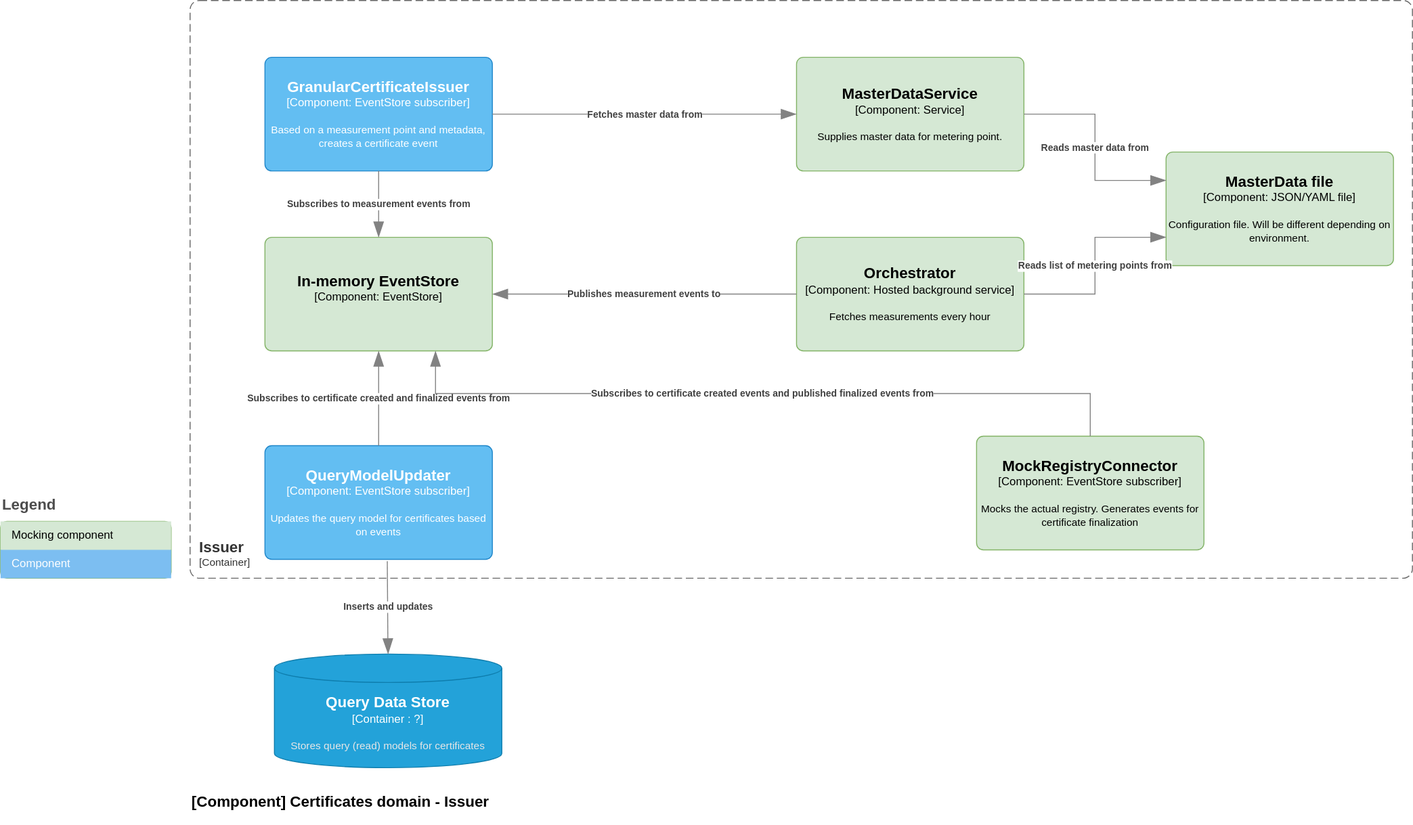
Earlier version of the draw.io export doc/architecture/diagrams/certificates.component.issuer.drawio.svg (Energinet-DataHub/energy-origin). Source tidied: cells renumbered, new cells last; positions are measured from the earlier drawing's top-left corner, leaving out a move shared by most shapes.
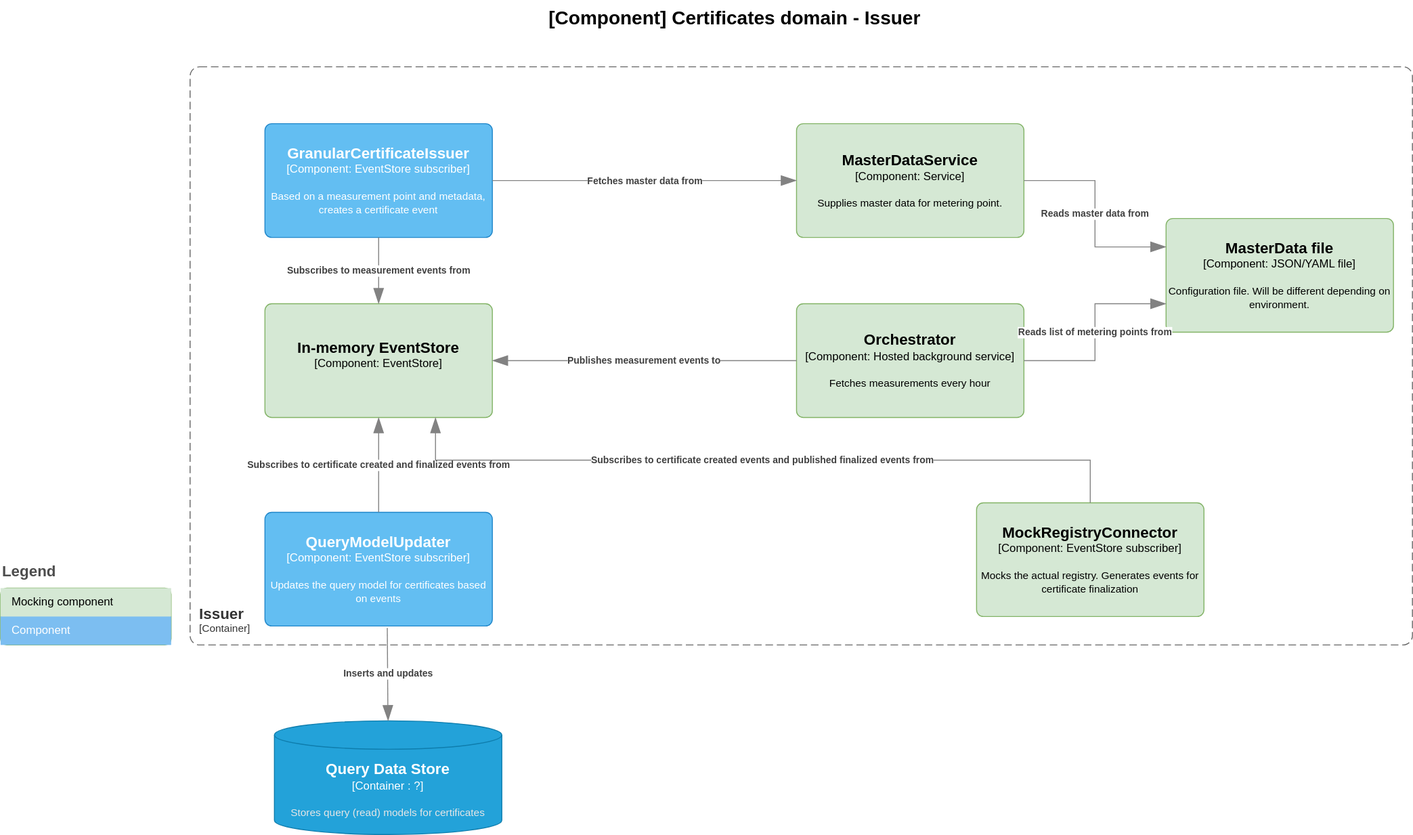
After the change.

The edit, as a diff of the source:
```diff
@@ -99,9 +99,9 @@
         <mxGeometry relative="1" as="geometry" />
       </mxCell>
     </object>
-    <object id="23" label="&lt;font style=&quot;font-size: 16px&quot;&gt;&lt;b&gt;&lt;div style=&quot;text-align: left&quot;&gt;%c4Name%&lt;/div&gt;&lt;/b&gt;&lt;/font&gt;&lt;div style=&quot;text-align: left&quot;&gt;%c4Description%&lt;/div&gt;" c4Description="" c4Name="[Component] Certificates domain - Issuer" c4Type="ContainerDiagramTitle" placeholders="1">
-      <mxCell style="text;html=1;strokeColor=none;fillColor=none;align=left;verticalAlign=top;whiteSpace=wrap;rounded=0;" parent="1" vertex="1">
-        <mxGeometry x="200" y="830" width="410" height="40" as="geometry" />
+    <object id="23" label="&lt;font style=&quot;font-size: 20px;&quot;&gt;&lt;b style=&quot;font-size: 20px;&quot;&gt;&lt;div style=&quot;font-size: 20px;&quot;&gt;%c4Name%&lt;/div&gt;&lt;/b&gt;&lt;/font&gt;&lt;div style=&quot;font-size: 20px;&quot;&gt;%c4Description%&lt;/div&gt;" c4Description="" c4Name="[Component] Certificates domain - Issuer" c4Type="ContainerDiagramTitle" placeholders="1">
+      <mxCell style="text;html=1;strokeColor=none;fillColor=none;align=center;verticalAlign=top;whiteSpace=wrap;rounded=0;fontSize=20;" parent="1" vertex="1">
+        <mxGeometry x="560" y="-70" width="430" height="40" as="geometry" />
       </mxCell>
     </object>
   </root>
```
